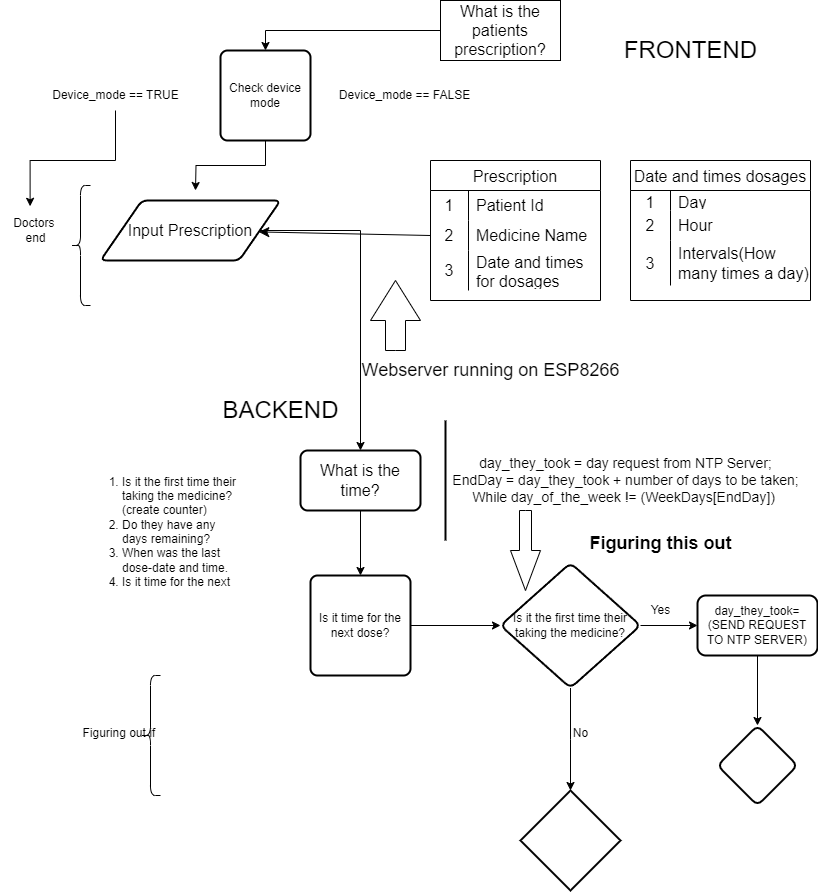
This is Prescription.png from Iann-urus/Med-Assistant, a draw.io export, as it was before one commit. Source tidied: cells renumbered, new cells last; positions are measured from the earlier drawing's top-left corner, leaving out a move shared by most shapes.
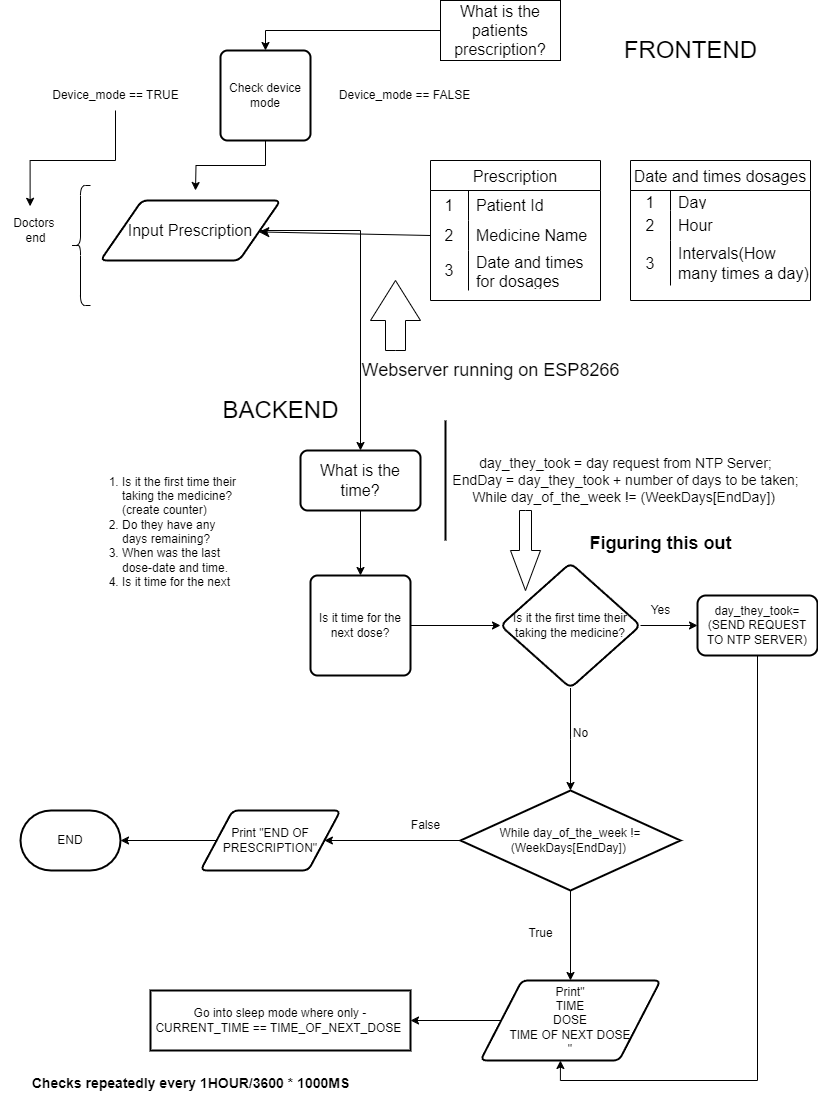
Later version of the same file.

Commit message:
Completed Patients Prescription and What is the time, frameworkPrescription.png

What changed in the source:
```diff
@@ -144,27 +144,21 @@
     <mxCell id="47" value="No" style="text;html=1;align=center;verticalAlign=middle;strokeColor=none;fillColor=none;" parent="1" vertex="1">
       <mxGeometry x="560" y="718" width="40" height="30" as="geometry" />
     </mxCell>
-    <mxCell id="48" style="edgeStyle=orthogonalEdgeStyle;rounded=0;jettySize=auto;html=1;" parent="1" edge="1" source="49" target="50">
-      <mxGeometry relative="1" as="geometry" />
-    </mxCell>
     <mxCell id="49" value="day_they_took=&lt;br&gt;(SEND REQUEST TO NTP SERVER)" style="whiteSpace=wrap;html=1;rounded=1;arcSize=14;strokeWidth=2;" parent="1" vertex="1">
       <mxGeometry x="697" y="595" width="120" height="60" as="geometry" />
     </mxCell>
-    <mxCell id="50" style="rhombus;whiteSpace=wrap;html=1;rounded=1;arcSize=14;strokeWidth=2;" parent="1" vertex="1">
-      <mxGeometry x="717" y="725" width="80" height="80" as="geometry" />
-    </mxCell>
+    <mxCell id="58" style="edgeStyle=orthogonalEdgeStyle;rounded=0;jettySize=auto;html=1;exitX=0.5;exitY=1;exitDx=0;exitDy=0;exitPerimeter=0;entryX=0.5;entryY=0;entryDx=0;entryDy=0;" parent="1" edge="1" source="51" target="65">
+      <mxGeometry relative="1" as="geometry" />
+    </mxCell>
+    <mxCell id="59" style="edgeStyle=orthogonalEdgeStyle;rounded=0;jettySize=auto;html=1;exitX=0;exitY=0.5;exitDx=0;exitDy=0;exitPerimeter=0;entryX=1;entryY=0.5;entryDx=0;entryDy=0;" parent="1" edge="1" source="51" target="67">
+      <mxGeometry relative="1" as="geometry" />
+    </mxCell>
-    <mxCell id="51" style="strokeWidth=2;html=1;shape=mxgraph.flowchart.decision;whiteSpace=wrap;" parent="1" vertex="1">
-      <mxGeometry x="520" y="790" width="100" height="100" as="geometry" />
+    <mxCell id="51" value="While day_of_the_week != (WeekDays[EndDay])&amp;nbsp;" style="strokeWidth=2;html=1;shape=mxgraph.flowchart.decision;whiteSpace=wrap;" parent="1" vertex="1">
+      <mxGeometry x="460" y="790" width="220" height="100" as="geometry" />
     </mxCell>
     <mxCell id="52" value="&lt;font style=&quot;font-size: 14px;&quot;&gt;day_they_took = day request from NTP Server;&lt;br&gt;EndDay = day_they_took + number of days to be taken;&lt;br&gt;While day_of_the_week != (WeekDays[EndDay])&amp;nbsp;&lt;/font&gt;" style="text;html=1;align=center;verticalAlign=middle;strokeColor=none;fillColor=none;" parent="1" vertex="1">
       <mxGeometry x="440" y="450" width="370" height="60" as="geometry" />
     </mxCell>
-    <mxCell id="53" style="shape=curlyBracket;whiteSpace=wrap;html=1;rounded=1;labelPosition=left;verticalLabelPosition=middle;align=right;verticalAlign=middle;" parent="1" vertex="1">
-      <mxGeometry x="140" y="675" width="20" height="120" as="geometry" />
-    </mxCell>
-    <mxCell id="54" value="Figuring out if&amp;nbsp;" style="text;html=1;align=center;verticalAlign=middle;strokeColor=none;fillColor=none;" parent="1" vertex="1">
-      <mxGeometry x="70" y="718" width="100" height="30" as="geometry" />
-    </mxCell>
     <mxCell id="55" style="line;strokeWidth=2;direction=south;html=1;" parent="1" vertex="1">
       <mxGeometry x="440" y="420" width="10" height="120" as="geometry" />
     </mxCell>
@@ -174,5 +168,35 @@
     <mxCell id="57" style="html=1;shadow=0;dashed=0;align=center;verticalAlign=middle;shape=mxgraph.arrows2.arrow;dy=0.6;dx=40;direction=south;notch=0;" parent="1" vertex="1">
       <mxGeometry x="510" y="510" width="30" height="80" as="geometry" />
     </mxCell>
+    <mxCell id="60" value="END" style="strokeWidth=2;html=1;shape=mxgraph.flowchart.terminator;whiteSpace=wrap;" parent="1" vertex="1">
+      <mxGeometry x="20" y="810" width="100" height="60" as="geometry" />
+    </mxCell>
+    <mxCell id="61" value="False" style="text;html=1;align=center;verticalAlign=middle;strokeColor=none;fillColor=none;" parent="1" vertex="1">
+      <mxGeometry x="400" y="810" width="50" height="30" as="geometry" />
+    </mxCell>
+    <mxCell id="62" value="True" style="text;html=1;align=center;verticalAlign=middle;strokeColor=none;fillColor=none;" parent="1" vertex="1">
+      <mxGeometry x="515" y="918" width="50" height="30" as="geometry" />
+    </mxCell>
+    <mxCell id="63" value="Go into sleep mode where only - CURRENT_TIME == TIME_OF_NEXT_DOSE&amp;nbsp;" style="whiteSpace=wrap;html=1;strokeWidth=2;" parent="1" vertex="1">
+      <mxGeometry x="150" y="990" width="260" height="60" as="geometry" />
+    </mxCell>
+    <mxCell id="64" style="edgeStyle=orthogonalEdgeStyle;rounded=0;jettySize=auto;html=1;exitX=0;exitY=0.5;exitDx=0;exitDy=0;entryX=1;entryY=0.5;entryDx=0;entryDy=0;" parent="1" edge="1" source="65" target="63">
+      <mxGeometry relative="1" as="geometry" />
+    </mxCell>
+    <mxCell id="65" value="Print&quot;&lt;br style=&quot;border-color: var(--border-color);&quot;&gt;TIME&lt;br style=&quot;border-color: var(--border-color);&quot;&gt;DOSE&lt;br style=&quot;border-color: var(--border-color);&quot;&gt;TIME OF NEXT DOSE&lt;br style=&quot;border-color: var(--border-color);&quot;&gt;&quot;" style="shape=parallelogram;html=1;strokeWidth=2;perimeter=parallelogramPerimeter;whiteSpace=wrap;rounded=1;arcSize=12;size=0.23;" parent="1" vertex="1">
+      <mxGeometry x="480" y="980" width="180" height="80" as="geometry" />
+    </mxCell>
+    <mxCell id="66" style="edgeStyle=orthogonalEdgeStyle;rounded=0;jettySize=auto;html=1;exitX=0;exitY=0.5;exitDx=0;exitDy=0;" parent="1" edge="1" source="67" target="60">
+      <mxGeometry relative="1" as="geometry" />
+    </mxCell>
+    <mxCell id="67" value="Print &quot;END OF PRESCRIPTION&quot;" style="shape=parallelogram;html=1;strokeWidth=2;perimeter=parallelogramPerimeter;whiteSpace=wrap;rounded=1;arcSize=12;size=0.23;" parent="1" vertex="1">
+      <mxGeometry x="200" y="810" width="140" height="60" as="geometry" />
+    </mxCell>
+    <mxCell id="68" value="&lt;font style=&quot;font-size: 14px;&quot;&gt;&lt;b&gt;Checks repeatedly every 1HOUR/3600 * 1000MS&lt;/b&gt;&lt;/font&gt;" style="text;html=1;align=center;verticalAlign=middle;strokeColor=none;fillColor=none;" parent="1" vertex="1">
+      <mxGeometry x="20" y="1068" width="340" height="30" as="geometry" />
+    </mxCell>
+    <mxCell id="69" style="edgeStyle=orthogonalEdgeStyle;rounded=0;jettySize=auto;html=1;exitX=0.5;exitY=1;exitDx=0;exitDy=0;entryX=0.444;entryY=1;entryDx=0;entryDy=0;entryPerimeter=0;" parent="1" edge="1" source="49" target="65">
+      <mxGeometry relative="1" as="geometry" />
+    </mxCell>
   </root>
 </mxGraphModel>
```
